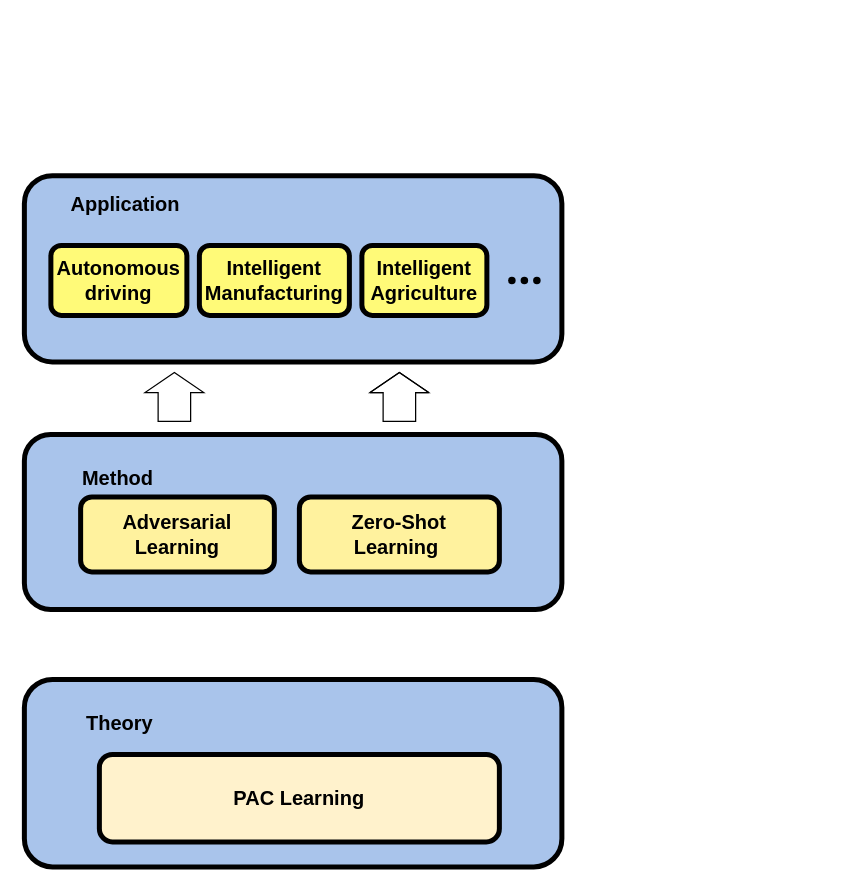
The draw.io diagram RP/research_framework.drawio in KopiSoftware/draw_cc_cloud, before the edit. Source tidied: cells renumbered, new cells numbered last; positions are measured from the earlier drawing's top-left corner, leaving out a move shared by most shapes. Both pictures are drawn from the tidied source at 125%, with x=0, y=0 at pixel (24, 21).
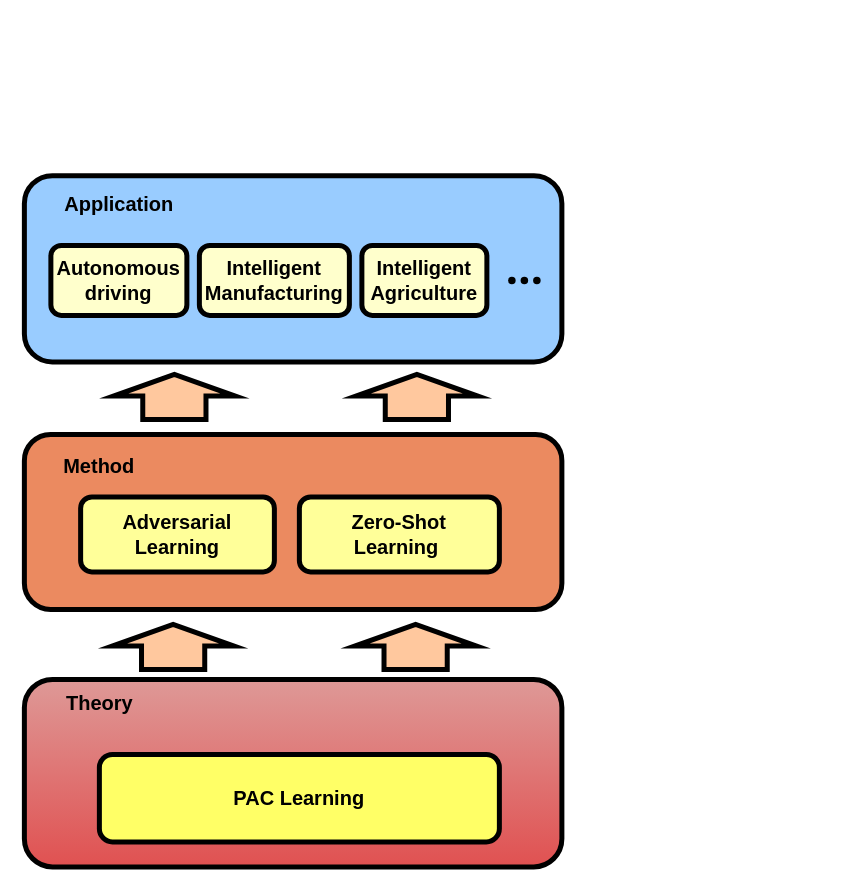
The same diagram, later.

The edit, as a diff of the source:
```diff
@@
-    <mxCell id="2" style="group;" parent="1" vertex="1">
-      <mxGeometry x="10" width="641.9" height="270" as="geometry" />
-    </mxCell>
+    <mxCell id="17" style="group;" parent="1" vertex="1">
+      <mxGeometry y="526" width="430" height="150" as="geometry" />
+    </mxCell>
+    <mxCell id="18" style="rounded=1;whiteSpace=wrap;html=1;strokeWidth=4;fillColor=#DE9997;strokeColor=#000000;fillStyle=auto;gradientColor=#E05151;" parent="17" vertex="1">
+      <mxGeometry width="430" height="150" as="geometry" />
+    </mxCell>
+    <mxCell id="19" value="&lt;b&gt;&lt;font style=&quot;font-size: 16px;&quot;&gt;PAC Learning&lt;/font&gt;&lt;/b&gt;" style="rounded=1;whiteSpace=wrap;html=1;strokeWidth=4;fillColor=#FFFF66;strokeColor=#000000;" parent="17" vertex="1">
+      <mxGeometry x="60" y="60" width="320" height="70" as="geometry" />
+    </mxCell>
+    <mxCell id="20" value="Theory" style="text;html=1;strokeColor=none;fillColor=none;align=center;verticalAlign=middle;whiteSpace=wrap;rounded=0;fontStyle=1;fontSize=16;" parent="17" vertex="1">
+      <mxGeometry x="30" y="4" width="61.4" height="30" as="geometry" />
+    </mxCell>
-    <mxCell id="3" style="group;" parent="2" vertex="1">
-      <mxGeometry x="-10" y="123" width="430" height="149" as="geometry" />
+    <mxCell id="3" style="group;fillColor=default;" parent="1" vertex="1">
+      <mxGeometry y="123" width="430" height="149" as="geometry" />
     </mxCell>
-    <mxCell id="4" style="rounded=1;whiteSpace=wrap;html=1;strokeWidth=4;fillColor=#A9C4EB;strokeColor=#000000;" parent="3" vertex="1">
+    <mxCell id="4" style="rounded=1;whiteSpace=wrap;html=1;strokeWidth=4;fillColor=#99CCFF;strokeColor=#000000;" parent="3" vertex="1">
       <mxGeometry width="430" height="149" as="geometry" />
     </mxCell>
-    <mxCell id="5" value="&lt;span style=&quot;font-size: 16px;&quot;&gt;&lt;b&gt;Autonomous&lt;br&gt;driving&lt;br&gt;&lt;/b&gt;&lt;/span&gt;" style="rounded=1;whiteSpace=wrap;html=1;strokeWidth=4;fillColor=#FFFA78;" parent="3" vertex="1">
+    <mxCell id="5" value="&lt;span style=&quot;font-size: 16px;&quot;&gt;&lt;b&gt;Autonomous&lt;br&gt;driving&lt;br&gt;&lt;/b&gt;&lt;/span&gt;" style="rounded=1;whiteSpace=wrap;html=1;strokeWidth=4;fillColor=#FFFFCC;" parent="3" vertex="1">
       <mxGeometry x="21.2" y="55.9" width="108.8" height="55.9" as="geometry" />
     </mxCell>
-    <mxCell id="6" value="&lt;b&gt;&lt;font style=&quot;font-size: 16px;&quot;&gt;Intelligent&lt;br&gt;Manufacturing&lt;/font&gt;&lt;/b&gt;" style="rounded=1;whiteSpace=wrap;html=1;strokeWidth=4;fillColor=#FFFA78;" parent="3" vertex="1">
+    <mxCell id="6" value="&lt;b&gt;&lt;font style=&quot;font-size: 16px;&quot;&gt;Intelligent&lt;br&gt;Manufacturing&lt;/font&gt;&lt;/b&gt;" style="rounded=1;whiteSpace=wrap;html=1;strokeWidth=4;fillColor=#FFFFCC;" parent="3" vertex="1">
       <mxGeometry x="140" y="55.9" width="120" height="55.9" as="geometry" />
     </mxCell>
-    <mxCell id="7" value="&lt;b&gt;&lt;font style=&quot;font-size: 16px;&quot;&gt;Intelligent&lt;br&gt;Agriculture&lt;br&gt;&lt;/font&gt;&lt;/b&gt;" style="rounded=1;whiteSpace=wrap;html=1;strokeWidth=4;fillColor=#FFFA78;" parent="3" vertex="1">
+    <mxCell id="7" value="&lt;b&gt;&lt;font style=&quot;font-size: 16px;&quot;&gt;Intelligent&lt;br&gt;Agriculture&lt;br&gt;&lt;/font&gt;&lt;/b&gt;" style="rounded=1;whiteSpace=wrap;html=1;strokeWidth=4;fillColor=#FFFFCC;" parent="3" vertex="1">
       <mxGeometry x="270" y="55.9" width="100" height="55.9" as="geometry" />
     </mxCell>
     <mxCell id="8" value="Application" style="text;html=1;strokeColor=none;fillColor=none;align=center;verticalAlign=middle;whiteSpace=wrap;rounded=0;fontStyle=1;fontSize=16;" parent="3" vertex="1">
-      <mxGeometry x="51.2" y="9.3" width="60" height="27.9" as="geometry" />
+      <mxGeometry x="45.6" y="9.3" width="60" height="27.9" as="geometry" />
     </mxCell>
@@
-    <mxCell id="12" style="group;" parent="1" vertex="1">
-      <mxGeometry y="330" width="430" height="200" as="geometry" />
-    </mxCell>
+    <mxCell id="21" style="shape=flexArrow;endArrow=classic;html=1;rounded=0;width=47.58620689655172;endSize=4.448275862068966;strokeWidth=4;endWidth=42.66349583828775;fillColor=#FFC89E;" parent="1" edge="1">
+      <mxGeometry relative="1" as="geometry">
+        <mxPoint x="314" y="320" as="sourcePoint" />
+        <mxPoint x="314" y="280" as="targetPoint" />
+      </mxGeometry>
+    </mxCell>
+    <mxCell id="23" style="shape=flexArrow;endArrow=classic;html=1;rounded=0;width=47.58620689655172;endSize=4.448275862068966;strokeWidth=4;endWidth=42.66349583828775;fillColor=#FFC89E;" parent="1" edge="1">
+      <mxGeometry relative="1" as="geometry">
+        <mxPoint x="120" y="320" as="sourcePoint" />
+        <mxPoint x="120" y="280" as="targetPoint" />
+      </mxGeometry>
+    </mxCell>
-    <mxCell id="13" style="rounded=1;whiteSpace=wrap;html=1;strokeWidth=4;fillColor=#A9C4EB;strokeColor=#000000;" parent="12" vertex="1">
-      <mxGeometry width="430" height="140" as="geometry" />
+    <mxCell id="13" style="rounded=1;whiteSpace=wrap;html=1;strokeWidth=4;fillColor=#EB8A60;strokeColor=#000000;" parent="1" vertex="1">
+      <mxGeometry y="330" width="430" height="140" as="geometry" />
     </mxCell>
-    <mxCell id="14" value="&lt;span style=&quot;font-size: 16px;&quot;&gt;&lt;b&gt;Zero-Shot&lt;br&gt;Learning&amp;nbsp;&lt;/b&gt;&lt;/span&gt;" style="rounded=1;whiteSpace=wrap;html=1;strokeWidth=4;fillColor=#FFF29E;" parent="12" vertex="1">
-      <mxGeometry x="220" y="50" width="160" height="60" as="geometry" />
+    <mxCell id="14" value="&lt;span style=&quot;font-size: 16px;&quot;&gt;&lt;b&gt;Zero-Shot&lt;br&gt;Learning&amp;nbsp;&lt;/b&gt;&lt;/span&gt;" style="rounded=1;whiteSpace=wrap;html=1;strokeWidth=4;fillColor=#FFFF99;" parent="1" vertex="1">
+      <mxGeometry x="220" y="380" width="160" height="60" as="geometry" />
     </mxCell>
-    <mxCell id="15" value="&lt;span style=&quot;font-size: 16px;&quot;&gt;&lt;b&gt;Adversarial&lt;br&gt;Learning&lt;br&gt;&lt;/b&gt;&lt;/span&gt;" style="rounded=1;whiteSpace=wrap;html=1;strokeWidth=4;fillColor=#FFF29E;" parent="12" vertex="1">
-      <mxGeometry x="45" y="50" width="155" height="60" as="geometry" />
+    <mxCell id="15" value="&lt;span style=&quot;font-size: 16px;&quot;&gt;&lt;b&gt;Adversarial&lt;br&gt;Learning&lt;br&gt;&lt;/b&gt;&lt;/span&gt;" style="rounded=1;whiteSpace=wrap;html=1;strokeWidth=4;fillColor=#FFFF99;" parent="1" vertex="1">
+      <mxGeometry x="45" y="380" width="155" height="60" as="geometry" />
     </mxCell>
-    <mxCell id="16" value="Method" style="text;html=1;strokeColor=none;fillColor=none;align=center;verticalAlign=middle;whiteSpace=wrap;rounded=0;fontStyle=1;fontSize=16;" parent="12" vertex="1">
-      <mxGeometry x="45" y="20" width="60" height="30" as="geometry" />
+    <mxCell id="16" value="Method" style="text;html=1;strokeColor=none;fillColor=none;align=center;verticalAlign=middle;whiteSpace=wrap;rounded=0;fontStyle=1;fontSize=16;" parent="1" vertex="1">
+      <mxGeometry x="30" y="340" width="60" height="30" as="geometry" />
     </mxCell>
-    <mxCell id="17" style="group;" parent="1" vertex="1">
-      <mxGeometry y="526" width="430" height="150" as="geometry" />
-    </mxCell>
-    <mxCell id="18" style="rounded=1;whiteSpace=wrap;html=1;strokeWidth=4;fillColor=#A9C4EB;strokeColor=#000000;" parent="17" vertex="1">
-      <mxGeometry width="430" height="150" as="geometry" />
-    </mxCell>
-    <mxCell id="19" value="&lt;b&gt;&lt;font style=&quot;font-size: 16px;&quot;&gt;PAC Learning&lt;/font&gt;&lt;/b&gt;" style="rounded=1;whiteSpace=wrap;html=1;strokeWidth=4;fillColor=#fff2cc;strokeColor=#000000;" parent="17" vertex="1">
-      <mxGeometry x="60" y="60" width="320" height="70" as="geometry" />
-    </mxCell>
-    <mxCell id="20" value="Theory" style="text;html=1;strokeColor=none;fillColor=none;align=center;verticalAlign=middle;whiteSpace=wrap;rounded=0;fontStyle=1;fontSize=16;" parent="17" vertex="1">
-      <mxGeometry x="46.1" y="20" width="61.4" height="30" as="geometry" />
-    </mxCell>
-    <mxCell id="21" style="shape=flexArrow;endArrow=classic;html=1;rounded=0;width=26;endSize=5;" parent="1" edge="1">
-      <mxGeometry relative="1" as="geometry">
-        <mxPoint x="300" y="320" as="sourcePoint" />
-        <mxPoint x="300" y="280" as="targetPoint" />
-        <Array as="points">
-          <mxPoint x="300" y="300" />
-        </Array>
-      </mxGeometry>
-    </mxCell>
-    <mxCell id="22" style="shape=flexArrow;endArrow=classic;html=1;rounded=0;width=26;endSize=5;" parent="1" edge="1">
-      <mxGeometry relative="1" as="geometry">
-        <mxPoint x="120" y="320" as="sourcePoint" />
-        <mxPoint x="120" y="280" as="targetPoint" />
-      </mxGeometry>
-    </mxCell>
+    <mxCell id="24" style="shape=flexArrow;endArrow=classic;html=1;rounded=0;width=47.58620689655172;endSize=4.448275862068966;strokeWidth=4;endWidth=42.66349583828775;fillColor=#FFC89E;" parent="1" edge="1">
+      <mxGeometry relative="1" as="geometry">
+        <mxPoint x="313" y="520" as="sourcePoint" />
+        <mxPoint x="313" y="480" as="targetPoint" />
+      </mxGeometry>
+    </mxCell>
+    <mxCell id="25" style="shape=flexArrow;endArrow=classic;html=1;rounded=0;width=47.58620689655172;endSize=4.448275862068966;strokeWidth=4;endWidth=42.66349583828775;fillColor=#FFC89E;" parent="1" edge="1">
+      <mxGeometry relative="1" as="geometry">
+        <mxPoint x="119" y="520" as="sourcePoint" />
+        <mxPoint x="119" y="480" as="targetPoint" />
+      </mxGeometry>
+    </mxCell>
```
